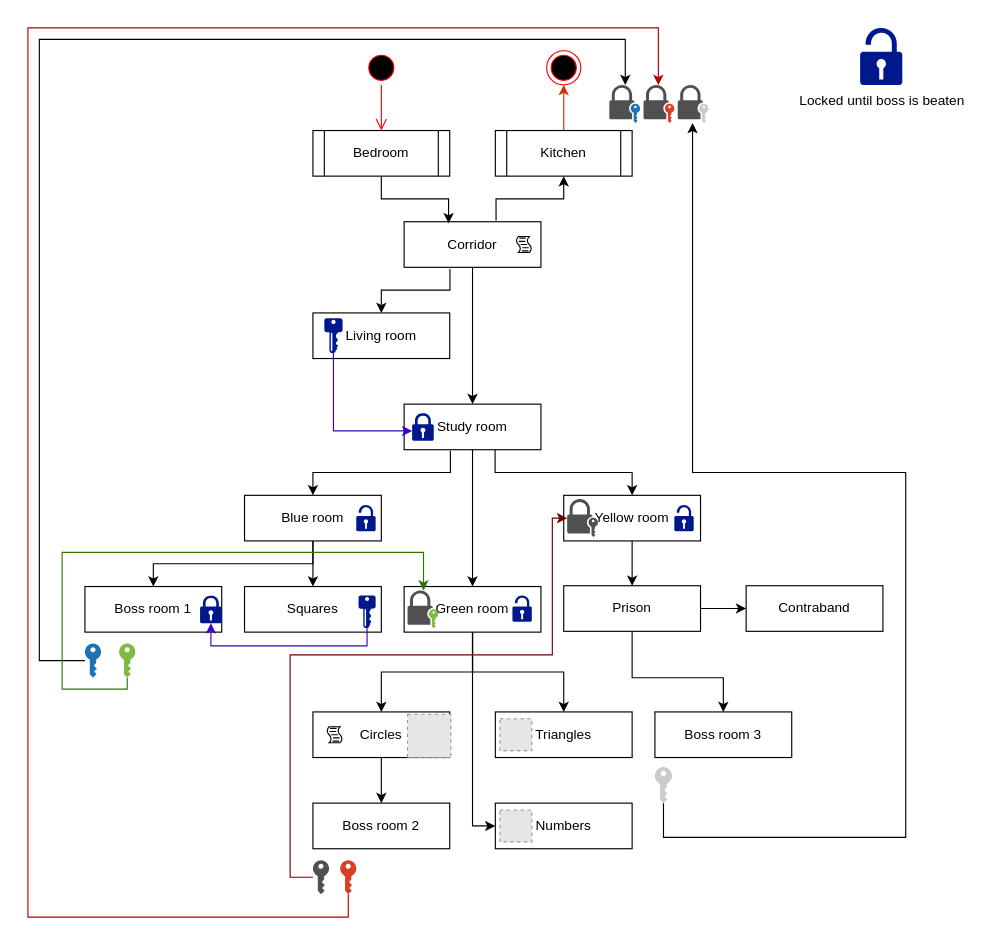
Above: skripta_Adventura/Untitled Diagram.drawio in hailstorm75/consoleAdventure (draw.io), before the change. Source tidied: cells renumbered, new cells numbered last; positions are measured from the earlier drawing's top-left corner, leaving out a move shared by most shapes. Both pictures are drawn from the tidied source at 114%, with x=0, y=0 at pixel (27, 27). Pictures stored in the file or linked from it are replaced by grey dashed boxes.
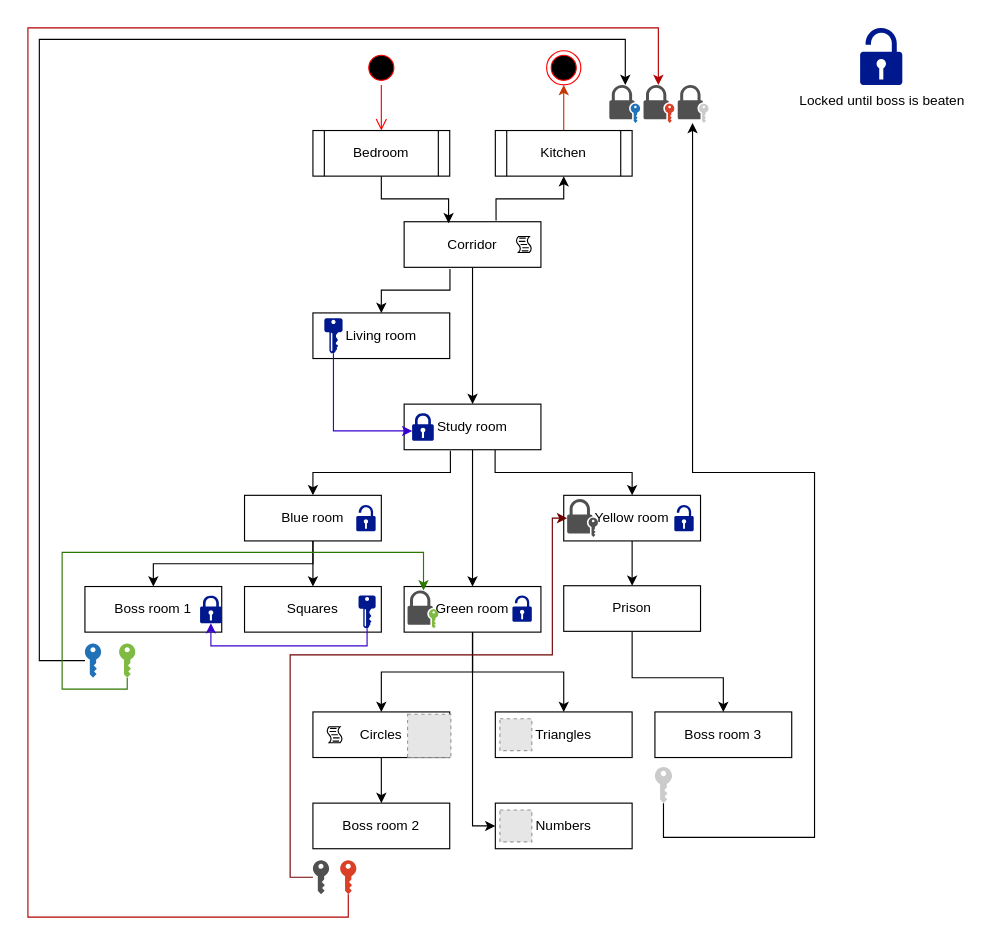
After the change.

The change refers to these unchanged cells:
```xml
<mxCell id="31" style="shadow=0;dashed=0;html=1;strokeColor=none;fillColor=#505050;labelPosition=center;verticalLabelPosition=bottom;verticalAlign=top;outlineConnect=0;align=center;shape=mxgraph.office.security.lock_with_key_security_ghosted;" parent="1" vertex="1">
  <mxGeometry x="570" y="50" width="27" height="33.3" as="geometry" />
</mxCell>
<mxCell id="65" value="Prison" style="rounded=0;whiteSpace=wrap;html=1;" parent="1" vertex="1">
  <mxGeometry x="470" y="489.3" width="120" height="40" as="geometry" />
</mxCell>
<mxCell id="68" style="shadow=0;dashed=0;html=1;strokeColor=none;labelPosition=center;verticalLabelPosition=bottom;verticalAlign=top;outlineConnect=0;align=center;shape=mxgraph.office.security.key_permissions;fillColor=#CCCBCB;" parent="1" vertex="1">
  <mxGeometry x="550" y="648.2" width="15" height="31.8" as="geometry" />
</mxCell>
```

Diff of the diagram source:
```diff
@@
-    <mxCell id="63" style="edgeStyle=orthogonalEdgeStyle;rounded=0;jettySize=auto;html=1;exitX=1;exitY=0.5;exitDx=0;exitDy=0;entryX=0;entryY=0.5;entryDx=0;entryDy=0;" parent="1" edge="1" source="65" target="66">
-      <mxGeometry relative="1" as="geometry" />
-    </mxCell>
@@
-    <mxCell id="66" value="Contraband" style="rounded=0;whiteSpace=wrap;html=1;" parent="1" vertex="1">
-      <mxGeometry x="630" y="489.3" width="120" height="40" as="geometry" />
-    </mxCell>
     <mxCell id="67" style="edgeStyle=orthogonalEdgeStyle;rounded=0;jettySize=auto;html=1;" parent="1" edge="1" source="68" target="31">
       <mxGeometry relative="1" as="geometry">
         <Array as="points">
           <mxPoint x="558" y="710" />
-          <mxPoint x="770" y="710" />
-          <mxPoint x="770" y="390" />
+          <mxPoint x="690" y="710" />
+          <mxPoint x="690" y="390" />
           <mxPoint x="583" y="390" />
         </Array>
       </mxGeometry>
     </mxCell>
```
